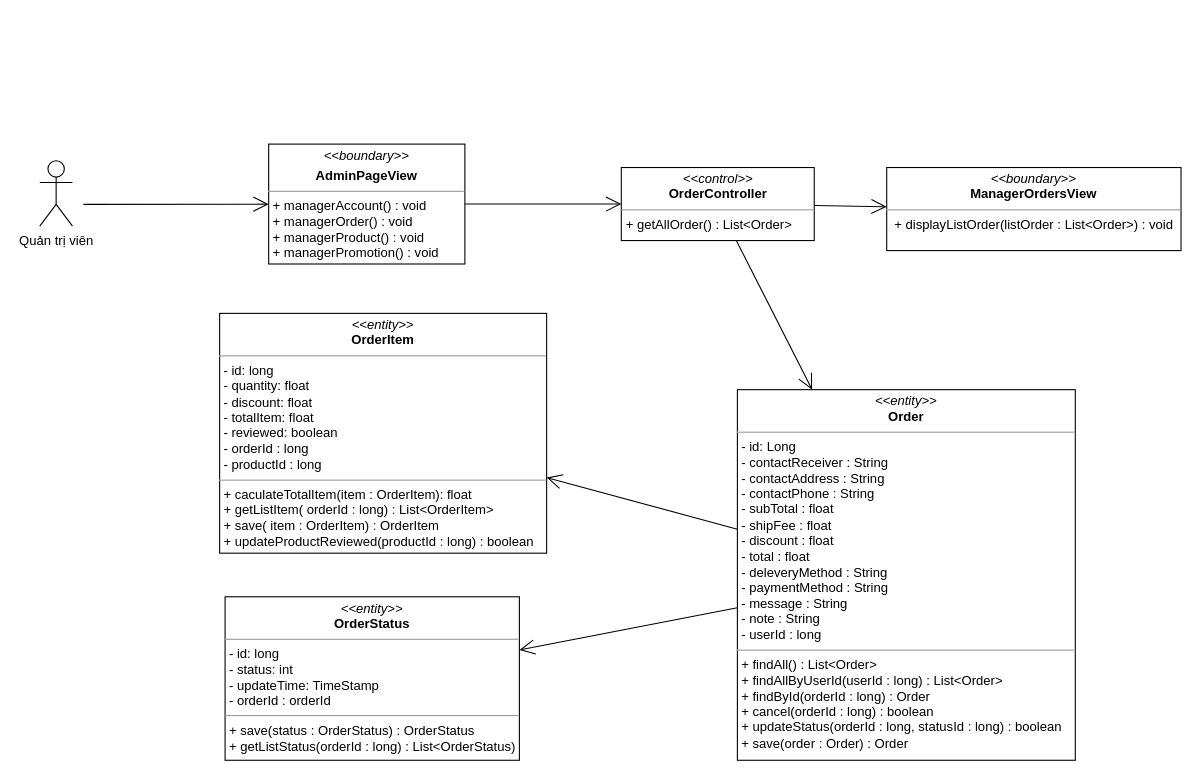
The draw.io diagram class diagram/manager-order-class-diagram.drawio in nguyenphamvan/datn_20202, before the edit. Source tidied: cells renumbered, new cells numbered last; positions are measured from the earlier drawing's top-left corner, leaving out a move shared by most shapes. Both pictures are drawn from the tidied source at 109%, with x=0, y=0 at pixel (39, 144).
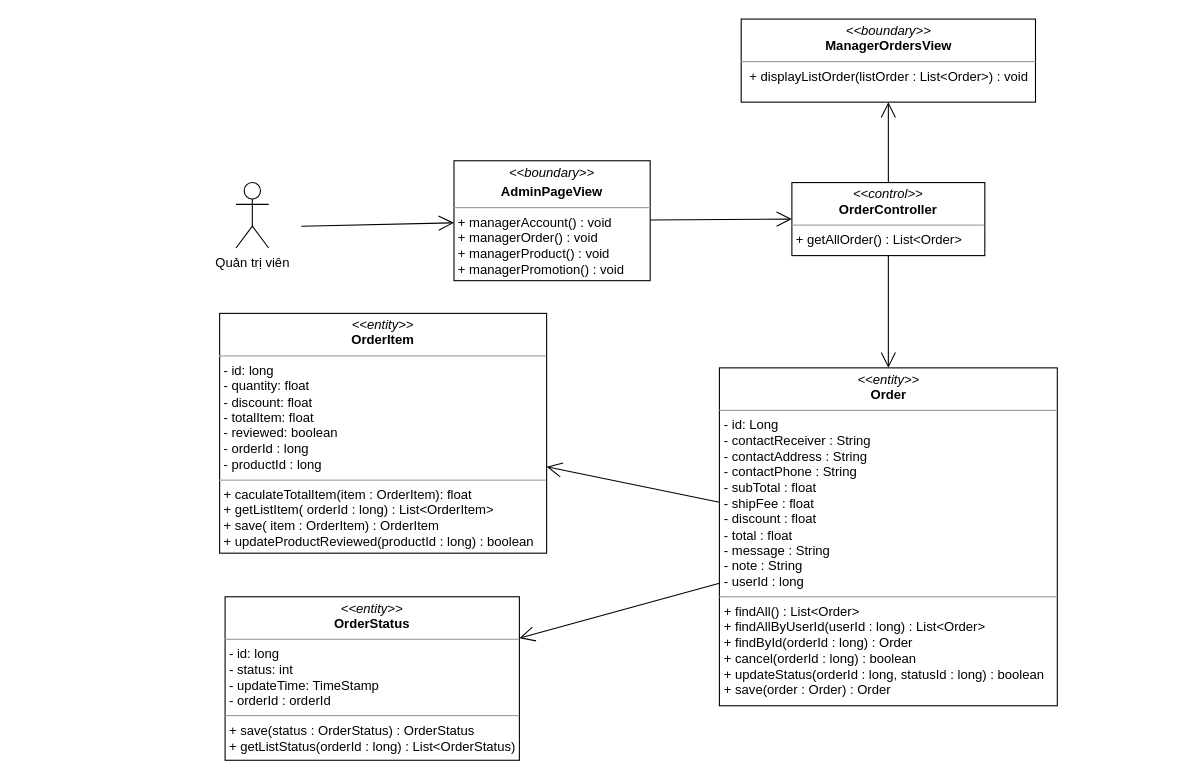
Above is the later version.

The edit, as a diff of the source:
```diff
@@
 <mxGraphModel>
   <root>
     <mxCell id="0" />
     <mxCell id="1" parent="0" />
     <mxCell id="2" value="&lt;p style=&quot;margin: 0px ; margin-top: 4px ; text-align: center&quot;&gt;&lt;i&gt;&amp;lt;&amp;lt;boundary&amp;gt;&amp;gt;&lt;/i&gt;&lt;br&gt;&lt;b&gt;ManagerOrdersView&lt;/b&gt;&lt;/p&gt;&lt;hr size=&quot;1&quot;&gt;&lt;p style=&quot;margin: 0px ; margin-left: 4px&quot;&gt;&lt;span&gt;&amp;nbsp;&lt;/span&gt;&lt;span&gt;+ displayListOrder(listOrder : List&amp;lt;Order&amp;gt;) : void&lt;/span&gt;&lt;/p&gt;" style="verticalAlign=top;align=left;overflow=fill;fontSize=12;fontFamily=Helvetica;html=1;" parent="1" vertex="1">
-      <mxGeometry x="777" y="21.2" width="270" height="76.2" as="geometry" />
+      <mxGeometry x="643.5" y="-115" width="270" height="76.2" as="geometry" />
     </mxCell>
     <mxCell id="3" style="endArrow=open;endFill=1;endSize=12;html=1;" parent="1" edge="1" source="4" target="2">
       <mxGeometry relative="1" as="geometry" />
     </mxCell>
     <mxCell id="4" value="&lt;p style=&quot;margin: 0px ; margin-top: 4px ; text-align: center&quot;&gt;&lt;i&gt;&amp;lt;&amp;lt;control&amp;gt;&amp;gt;&lt;/i&gt;&lt;br&gt;&lt;b&gt;OrderController&lt;/b&gt;&lt;br&gt;&lt;/p&gt;&lt;hr size=&quot;1&quot;&gt;&lt;p style=&quot;margin: 0px ; margin-left: 4px&quot;&gt;&lt;span&gt;+ getAllOrder() : List&amp;lt;Order&amp;gt;&lt;/span&gt;&lt;br&gt;&lt;/p&gt;" style="verticalAlign=top;align=left;overflow=fill;fontSize=12;fontFamily=Helvetica;html=1;" parent="1" vertex="1">
-      <mxGeometry x="533.5" y="21.2" width="177" height="67" as="geometry" />
+      <mxGeometry x="690" y="35" width="177" height="67" as="geometry" />
     </mxCell>
     <mxCell id="5" style="endArrow=open;endFill=1;endSize=12;html=1;" parent="1" edge="1" source="4" target="8">
       <mxGeometry relative="1" as="geometry" />
     </mxCell>
     <mxCell id="6" value="&lt;p style=&quot;margin: 0px ; margin-top: 4px ; text-align: center&quot;&gt;&lt;i&gt;&amp;lt;&amp;lt;entity&amp;gt;&amp;gt;&lt;/i&gt;&lt;br&gt;&lt;b&gt;OrderItem&lt;/b&gt;&lt;/p&gt;&lt;hr size=&quot;1&quot;&gt;&lt;p style=&quot;margin: 0px ; margin-left: 4px&quot;&gt;- id: long&lt;/p&gt;&lt;p style=&quot;margin: 0px ; margin-left: 4px&quot;&gt;- quantity: float&lt;br&gt;- discount: float&lt;/p&gt;&lt;p style=&quot;margin: 0px ; margin-left: 4px&quot;&gt;- totalItem: float&lt;/p&gt;&lt;p style=&quot;margin: 0px ; margin-left: 4px&quot;&gt;- reviewed: boolean&lt;/p&gt;&lt;p style=&quot;margin: 0px ; margin-left: 4px&quot;&gt;- orderId : long&lt;/p&gt;&lt;p style=&quot;margin: 0px ; margin-left: 4px&quot;&gt;- productId : long&lt;/p&gt;&lt;hr size=&quot;1&quot;&gt;&lt;p style=&quot;margin: 0px 0px 0px 4px&quot;&gt;+ caculateTotalItem(item : OrderItem): float&lt;br&gt;&lt;/p&gt;&lt;p style=&quot;margin: 0px 0px 0px 4px&quot;&gt;+ getListItem( orderId : long) : List&amp;lt;OrderItem&amp;gt;&lt;br&gt;&lt;/p&gt;&lt;p style=&quot;margin: 0px 0px 0px 4px&quot;&gt;+ save( item : OrderItem) : OrderItem&lt;/p&gt;&lt;p style=&quot;margin: 0px 0px 0px 4px&quot;&gt;+ updateProductReviewed(productId : long) : boolean&lt;/p&gt;" style="verticalAlign=top;align=left;overflow=fill;fontSize=12;fontFamily=Helvetica;html=1;" parent="1" vertex="1">
       <mxGeometry x="165" y="155" width="300" height="220" as="geometry" />
     </mxCell>
     <mxCell id="7" value="&lt;p style=&quot;margin: 0px ; margin-top: 4px ; text-align: center&quot;&gt;&lt;i&gt;&amp;lt;&amp;lt;entity&amp;gt;&amp;gt;&lt;/i&gt;&lt;br&gt;&lt;b&gt;OrderStatus&lt;/b&gt;&lt;/p&gt;&lt;hr size=&quot;1&quot;&gt;&lt;p style=&quot;margin: 0px ; margin-left: 4px&quot;&gt;- id: long&lt;/p&gt;&lt;p style=&quot;margin: 0px ; margin-left: 4px&quot;&gt;- status: int&lt;br&gt;- updateTime: TimeStamp&lt;/p&gt;&lt;p style=&quot;margin: 0px ; margin-left: 4px&quot;&gt;- orderId : orderId&lt;/p&gt;&lt;hr size=&quot;1&quot;&gt;&lt;p style=&quot;margin: 0px ; margin-left: 4px&quot;&gt;+ save(status : OrderStatus) : OrderStatus&lt;/p&gt;&lt;p style=&quot;margin: 0px ; margin-left: 4px&quot;&gt;+ getListStatus(orderId : long) : List&amp;lt;OrderStatus)&lt;/p&gt;" style="verticalAlign=top;align=left;overflow=fill;fontSize=12;fontFamily=Helvetica;html=1;" parent="1" vertex="1">
       <mxGeometry x="170" y="415" width="270" height="150" as="geometry" />
     </mxCell>
-    <mxCell id="8" value="&lt;p style=&quot;margin: 0px ; margin-top: 4px ; text-align: center&quot;&gt;&lt;i&gt;&amp;lt;&amp;lt;entity&amp;gt;&amp;gt;&lt;/i&gt;&lt;br&gt;&lt;b&gt;Order&lt;/b&gt;&lt;/p&gt;&lt;hr size=&quot;1&quot;&gt;&lt;p style=&quot;margin: 0px ; margin-left: 4px&quot;&gt;- id: Long&lt;/p&gt;&lt;p style=&quot;margin: 0px ; margin-left: 4px&quot;&gt;- contactReceiver : String&lt;/p&gt;&lt;p style=&quot;margin: 0px ; margin-left: 4px&quot;&gt;- contactAddress : String&lt;/p&gt;&lt;p style=&quot;margin: 0px ; margin-left: 4px&quot;&gt;- contactPhone : String&lt;/p&gt;&lt;p style=&quot;margin: 0px 0px 0px 4px&quot;&gt;- subTotal : float&lt;/p&gt;&lt;p style=&quot;margin: 0px 0px 0px 4px&quot;&gt;- shipFee : float&lt;/p&gt;&lt;p style=&quot;margin: 0px 0px 0px 4px&quot;&gt;- discount : float&lt;/p&gt;&lt;p style=&quot;margin: 0px 0px 0px 4px&quot;&gt;- total : float&lt;/p&gt;&lt;p style=&quot;margin: 0px 0px 0px 4px&quot;&gt;- deleveryMethod : String&lt;/p&gt;&lt;p style=&quot;margin: 0px 0px 0px 4px&quot;&gt;- paymentMethod : String&lt;/p&gt;&lt;p style=&quot;margin: 0px 0px 0px 4px&quot;&gt;- message : String&lt;/p&gt;&lt;p style=&quot;margin: 0px 0px 0px 4px&quot;&gt;- note : String&lt;/p&gt;&lt;p style=&quot;margin: 0px 0px 0px 4px&quot;&gt;- userId : long&lt;/p&gt;&lt;hr size=&quot;1&quot;&gt;&lt;p style=&quot;margin: 0px 0px 0px 4px&quot;&gt;+ findAll() : List&amp;lt;Order&amp;gt;&lt;/p&gt;&lt;p style=&quot;margin: 0px 0px 0px 4px&quot;&gt;+ findAllByUserId(userId : long) : List&amp;lt;Order&amp;gt;&lt;/p&gt;&lt;p style=&quot;margin: 0px 0px 0px 4px&quot;&gt;+ findById(orderId : long) : Order&lt;br&gt;&lt;/p&gt;&lt;p style=&quot;margin: 0px 0px 0px 4px&quot;&gt;+ cancel(orderId : long) : boolean&lt;br&gt;&lt;/p&gt;&lt;p style=&quot;margin: 0px 0px 0px 4px&quot;&gt;+ updateStatus(orderId : long, statusId : long) : boolean&lt;/p&gt;&lt;p style=&quot;margin: 0px 0px 0px 4px&quot;&gt;+ save(order : Order) : Order&lt;/p&gt;" style="verticalAlign=top;align=left;overflow=fill;fontSize=12;fontFamily=Helvetica;html=1;" parent="1" vertex="1">
-      <mxGeometry x="640" y="225" width="310" height="340" as="geometry" />
+    <mxCell id="8" value="&lt;p style=&quot;margin: 0px ; margin-top: 4px ; text-align: center&quot;&gt;&lt;i&gt;&amp;lt;&amp;lt;entity&amp;gt;&amp;gt;&lt;/i&gt;&lt;br&gt;&lt;b&gt;Order&lt;/b&gt;&lt;/p&gt;&lt;hr size=&quot;1&quot;&gt;&lt;p style=&quot;margin: 0px ; margin-left: 4px&quot;&gt;- id: Long&lt;/p&gt;&lt;p style=&quot;margin: 0px ; margin-left: 4px&quot;&gt;- contactReceiver : String&lt;/p&gt;&lt;p style=&quot;margin: 0px ; margin-left: 4px&quot;&gt;- contactAddress : String&lt;/p&gt;&lt;p style=&quot;margin: 0px ; margin-left: 4px&quot;&gt;- contactPhone : String&lt;/p&gt;&lt;p style=&quot;margin: 0px 0px 0px 4px&quot;&gt;- subTotal : float&lt;/p&gt;&lt;p style=&quot;margin: 0px 0px 0px 4px&quot;&gt;- shipFee : float&lt;/p&gt;&lt;p style=&quot;margin: 0px 0px 0px 4px&quot;&gt;- discount : float&lt;/p&gt;&lt;p style=&quot;margin: 0px 0px 0px 4px&quot;&gt;- total : float&lt;/p&gt;&lt;p style=&quot;margin: 0px 0px 0px 4px&quot;&gt;- message : String&lt;/p&gt;&lt;p style=&quot;margin: 0px 0px 0px 4px&quot;&gt;- note : String&lt;/p&gt;&lt;p style=&quot;margin: 0px 0px 0px 4px&quot;&gt;- userId : long&lt;/p&gt;&lt;hr size=&quot;1&quot;&gt;&lt;p style=&quot;margin: 0px 0px 0px 4px&quot;&gt;+ findAll() : List&amp;lt;Order&amp;gt;&lt;/p&gt;&lt;p style=&quot;margin: 0px 0px 0px 4px&quot;&gt;+ findAllByUserId(userId : long) : List&amp;lt;Order&amp;gt;&lt;/p&gt;&lt;p style=&quot;margin: 0px 0px 0px 4px&quot;&gt;+ findById(orderId : long) : Order&lt;br&gt;&lt;/p&gt;&lt;p style=&quot;margin: 0px 0px 0px 4px&quot;&gt;+ cancel(orderId : long) : boolean&lt;br&gt;&lt;/p&gt;&lt;p style=&quot;margin: 0px 0px 0px 4px&quot;&gt;+ updateStatus(orderId : long, statusId : long) : boolean&lt;/p&gt;&lt;p style=&quot;margin: 0px 0px 0px 4px&quot;&gt;+ save(order : Order) : Order&lt;/p&gt;" style="verticalAlign=top;align=left;overflow=fill;fontSize=12;fontFamily=Helvetica;html=1;" parent="1" vertex="1">
+      <mxGeometry x="623.5" y="205" width="310" height="310" as="geometry" />
     </mxCell>
     <mxCell id="9" value="&lt;p style=&quot;margin: 0px ; margin-top: 4px ; text-align: center&quot;&gt;&lt;i&gt;&amp;lt;&amp;lt;boundary&amp;gt;&amp;gt;&lt;/i&gt;&lt;/p&gt;&lt;p style=&quot;margin: 0px ; margin-top: 4px ; text-align: center&quot;&gt;&lt;b&gt;AdminPageView&lt;/b&gt;&lt;/p&gt;&lt;hr size=&quot;1&quot;&gt;&lt;p style=&quot;margin: 0px ; margin-left: 4px&quot;&gt;&lt;span&gt;+ managerAccount() : void&lt;/span&gt;&lt;br&gt;&lt;/p&gt;&lt;p style=&quot;margin: 0px ; margin-left: 4px&quot;&gt;&lt;span&gt;+ managerOrder() : void&lt;/span&gt;&lt;/p&gt;&lt;p style=&quot;margin: 0px ; margin-left: 4px&quot;&gt;&lt;span&gt;+ managerProduct() : void&lt;/span&gt;&lt;/p&gt;&lt;p style=&quot;margin: 0px ; margin-left: 4px&quot;&gt;&lt;span&gt;+ managerPromotion() : void&lt;/span&gt;&lt;/p&gt;" style="verticalAlign=top;align=left;overflow=fill;fontSize=12;fontFamily=Helvetica;html=1;" parent="1" vertex="1">
-      <mxGeometry x="210" y="-0.3" width="180" height="110" as="geometry" />
+      <mxGeometry x="380" y="15" width="180" height="110" as="geometry" />
     </mxCell>
     <mxCell id="10" style="endArrow=open;endFill=1;endSize=12;html=1;entryX=0;entryY=0.5;entryDx=0;entryDy=0;" parent="1" edge="1" source="9" target="4">
       <mxGeometry relative="1" as="geometry" />
     </mxCell>
     <mxCell id="11" style="endArrow=open;endFill=1;endSize=12;html=1;" parent="1" edge="1" source="8" target="6">
       <mxGeometry relative="1" as="geometry" />
     </mxCell>
     <mxCell id="12" style="endArrow=open;endFill=1;endSize=12;html=1;" parent="1" edge="1" source="8" target="7">
       <mxGeometry relative="1" as="geometry" />
     </mxCell>
     <mxCell id="13" value="Quản trị viên" style="shape=umlActor;verticalLabelPosition=bottom;verticalAlign=top;html=1;" parent="1" vertex="1">
-      <mxGeometry y="15" width="30" height="60" as="geometry" />
+      <mxGeometry x="180" y="35" width="30" height="60" as="geometry" />
     </mxCell>
     <mxCell id="14" style="endArrow=open;endFill=1;endSize=12;html=1;" parent="1" edge="1" target="9">
       <mxGeometry relative="1" as="geometry">
-        <mxPoint x="40" y="55" as="sourcePoint" />
+        <mxPoint x="240" y="75" as="sourcePoint" />
       </mxGeometry>
     </mxCell>
   </root>
 </mxGraphModel>
```
